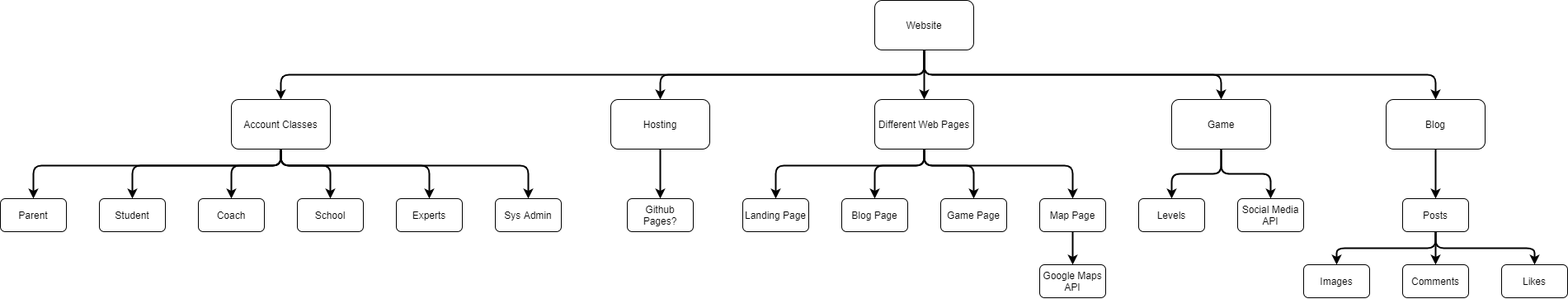
This is Deliverables/Week_5/Work Breakdown Structure.png from Hanandrof/Group-3-Repository, a draw.io export, as it was before one commit. Source tidied: cells renumbered, new cells last; positions are measured from the earlier drawing's top-left corner, leaving out a move shared by most shapes.
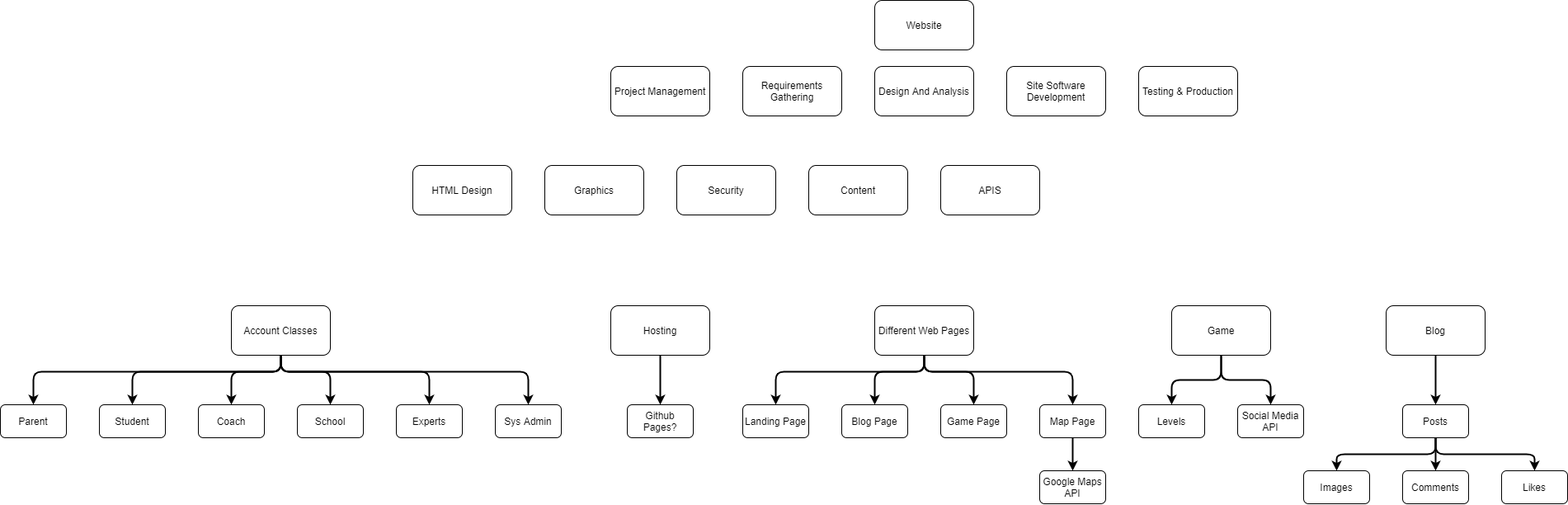
After the change.

What changed in the source:
```diff
@@ -2,43 +2,8 @@
   <root>
     <mxCell id="0" />
     <mxCell id="1" parent="0" />
-    <mxCell id="2" style="edgeStyle=orthogonalEdgeStyle;rounded=1;jettySize=auto;html=1;strokeWidth=2;" parent="1" edge="1" source="7" target="14">
-      <mxGeometry relative="1" as="geometry">
-        <Array as="points">
-          <mxPoint x="1120" y="90" />
-          <mxPoint x="340" y="90" />
-        </Array>
-      </mxGeometry>
-    </mxCell>
-    <mxCell id="3" style="edgeStyle=orthogonalEdgeStyle;rounded=1;jettySize=auto;html=1;strokeWidth=2;" parent="1" edge="1" source="7" target="16">
-      <mxGeometry relative="1" as="geometry">
-        <Array as="points">
-          <mxPoint x="1120" y="90" />
-          <mxPoint x="800" y="90" />
-        </Array>
-      </mxGeometry>
-    </mxCell>
-    <mxCell id="4" style="edgeStyle=orthogonalEdgeStyle;rounded=1;jettySize=auto;html=1;entryX=0.5;entryY=0;entryDx=0;entryDy=0;strokeWidth=2;" parent="1" edge="1" source="7" target="21">
-      <mxGeometry relative="1" as="geometry" />
-    </mxCell>
-    <mxCell id="5" style="edgeStyle=orthogonalEdgeStyle;rounded=1;jettySize=auto;html=1;strokeWidth=2;" parent="1" edge="1" source="7" target="24">
-      <mxGeometry relative="1" as="geometry">
-        <Array as="points">
-          <mxPoint x="1120" y="90" />
-          <mxPoint x="1480" y="90" />
-        </Array>
-      </mxGeometry>
-    </mxCell>
-    <mxCell id="6" style="edgeStyle=orthogonalEdgeStyle;rounded=1;jettySize=auto;html=1;strokeWidth=2;" parent="1" edge="1" source="7" target="26">
-      <mxGeometry relative="1" as="geometry">
-        <Array as="points">
-          <mxPoint x="1120" y="90" />
-          <mxPoint x="1740" y="90" />
-        </Array>
-      </mxGeometry>
-    </mxCell>
     <mxCell id="7" value="Website" style="rounded=1;whiteSpace=wrap;html=1;" parent="1" vertex="1">
-      <mxGeometry x="1060" width="120" height="60" as="geometry" />
+      <mxGeometry x="1060" y="-250" width="120" height="60" as="geometry" />
     </mxCell>
     <mxCell id="8" style="edgeStyle=orthogonalEdgeStyle;jettySize=auto;html=1;entryX=0.5;entryY=0;entryDx=0;entryDy=0;strokeWidth=2;rounded=1;" parent="1" edge="1" source="14" target="27">
       <mxGeometry relative="1" as="geometry">
@@ -223,5 +188,35 @@
     <mxCell id="48" value="Google Maps API" style="rounded=1;whiteSpace=wrap;html=1;" parent="1" vertex="1">
       <mxGeometry x="1260" y="320" width="80" height="40" as="geometry" />
     </mxCell>
+    <mxCell id="49" value="Project Management" style="rounded=1;whiteSpace=wrap;html=1;" parent="1" vertex="1">
+      <mxGeometry x="740" y="-170" width="120" height="60" as="geometry" />
+    </mxCell>
+    <mxCell id="50" value="Requirements Gathering" style="rounded=1;whiteSpace=wrap;html=1;" parent="1" vertex="1">
+      <mxGeometry x="900" y="-170" width="120" height="60" as="geometry" />
+    </mxCell>
+    <mxCell id="51" value="Design And Analysis" style="rounded=1;whiteSpace=wrap;html=1;" parent="1" vertex="1">
+      <mxGeometry x="1060" y="-170" width="120" height="60" as="geometry" />
+    </mxCell>
+    <mxCell id="52" value="Site Software Development" style="rounded=1;whiteSpace=wrap;html=1;" parent="1" vertex="1">
+      <mxGeometry x="1220" y="-170" width="120" height="60" as="geometry" />
+    </mxCell>
+    <mxCell id="53" value="Testing &amp;amp; Production" style="rounded=1;whiteSpace=wrap;html=1;" parent="1" vertex="1">
+      <mxGeometry x="1380" y="-170" width="120" height="60" as="geometry" />
+    </mxCell>
+    <mxCell id="54" value="HTML Design" style="rounded=1;whiteSpace=wrap;html=1;" parent="1" vertex="1">
+      <mxGeometry x="500" y="-50" width="120" height="60" as="geometry" />
+    </mxCell>
+    <mxCell id="55" value="Graphics" style="rounded=1;whiteSpace=wrap;html=1;" parent="1" vertex="1">
+      <mxGeometry x="660" y="-50" width="120" height="60" as="geometry" />
+    </mxCell>
+    <mxCell id="56" value="Security" style="rounded=1;whiteSpace=wrap;html=1;" parent="1" vertex="1">
+      <mxGeometry x="820" y="-50" width="120" height="60" as="geometry" />
+    </mxCell>
+    <mxCell id="57" value="Content" style="rounded=1;whiteSpace=wrap;html=1;" parent="1" vertex="1">
+      <mxGeometry x="980" y="-50" width="120" height="60" as="geometry" />
+    </mxCell>
+    <mxCell id="58" value="APIS" style="rounded=1;whiteSpace=wrap;html=1;" parent="1" vertex="1">
+      <mxGeometry x="1140" y="-50" width="120" height="60" as="geometry" />
+    </mxCell>
   </root>
 </mxGraphModel>
```
